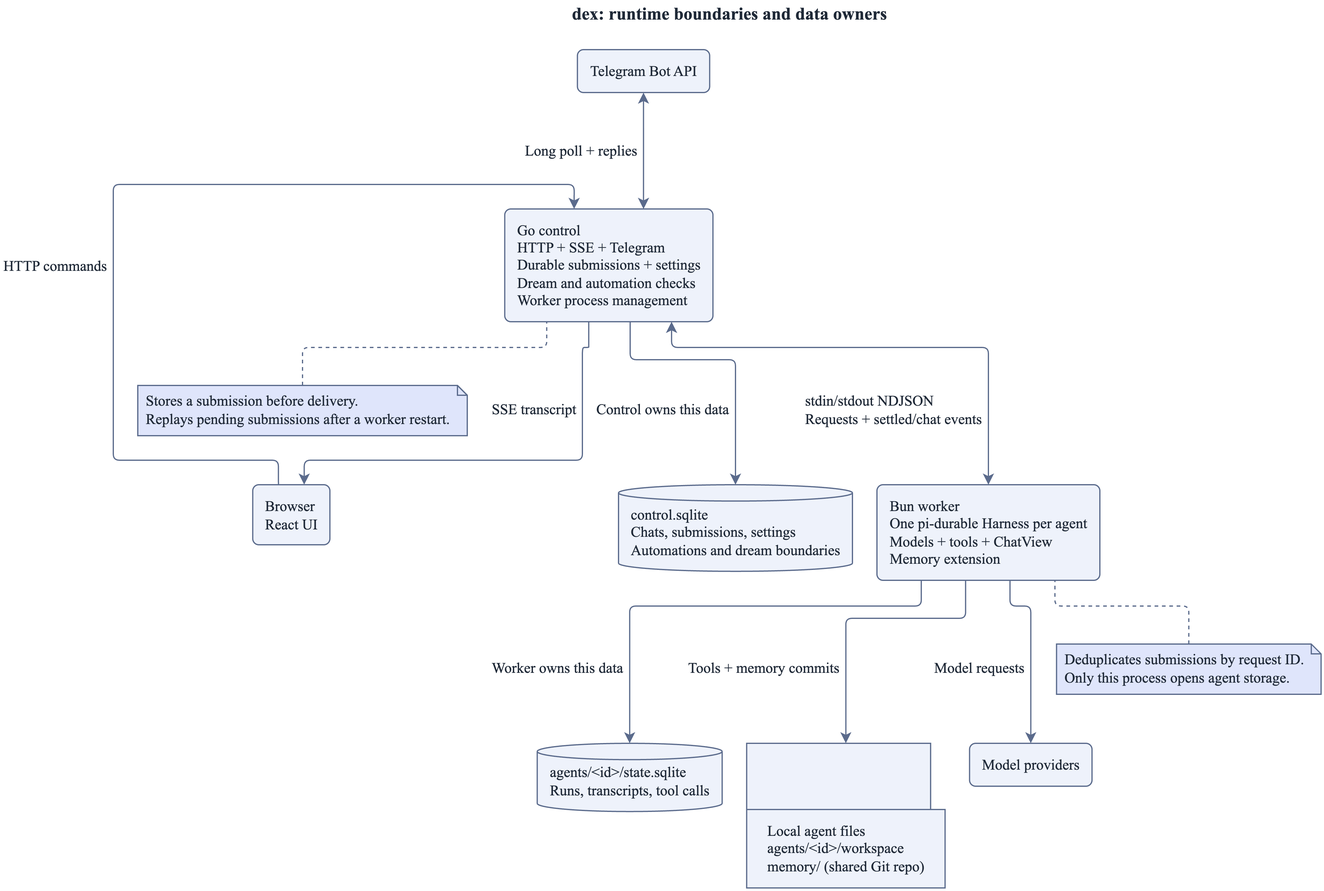
The PlantUML diagram assets/architecture.png in recally-io/dex, before a commit. Its source is kept beside it as assets/src/architecture.puml. Its diagram source:
```plantuml
@startuml
skinparam RectangleBackgroundColor #eef2fb
skinparam RectangleBorderColor #5b6b8c
skinparam RectangleFontColor #1f2937
skinparam ComponentBackgroundColor #eef2fb
skinparam ComponentBorderColor #5b6b8c
skinparam ComponentFontColor #1f2937
skinparam ClassBackgroundColor #eef2fb
skinparam ClassBorderColor #5b6b8c
skinparam ClassFontColor #1f2937
skinparam UsecaseBackgroundColor #eef2fb
skinparam UsecaseBorderColor #5b6b8c
skinparam UsecaseFontColor #1f2937
skinparam DatabaseBackgroundColor #eef2fb
skinparam DatabaseBorderColor #5b6b8c
skinparam DatabaseFontColor #1f2937
skinparam NodeBackgroundColor #eef2fb
skinparam NodeBorderColor #5b6b8c
skinparam NodeFontColor #1f2937
skinparam ActorBackgroundColor #eef2fb
skinparam ActorBorderColor #5b6b8c
skinparam ActorFontColor #1f2937
skinparam StateBackgroundColor #eef2fb
skinparam StateBorderColor #5b6b8c
skinparam StateFontColor #1f2937
skinparam ArtifactBackgroundColor #eef2fb
skinparam ArtifactBorderColor #5b6b8c
skinparam ArtifactFontColor #1f2937
skinparam CloudBackgroundColor #eef2fb
skinparam CloudBorderColor #5b6b8c
skinparam CloudFontColor #1f2937
skinparam FolderBackgroundColor #eef2fb
skinparam FolderBorderColor #5b6b8c
skinparam FolderFontColor #1f2937
skinparam PackageBackgroundColor #eef2fb
skinparam PackageBorderColor #5b6b8c
skinparam DefaultFontColor #1f2937
skinparam ArrowColor #5b6b8c
skinparam ArrowFontColor #1f2937
skinparam NoteBackgroundColor #dfe5fb
skinparam NoteBorderColor #5b6b8c
skinparam NoteFontColor #1f2937
skinparam stereotypeABackgroundColor #d9e3f4
skinparam stereotypeABorderColor #5b6b8c
skinparam stereotypeCBackgroundColor #d9e3f4
skinparam stereotypeCBorderColor #5b6b8c
skinparam stereotypeEBackgroundColor #d9e3f4
skinparam stereotypeEBorderColor #5b6b8c
skinparam stereotypeIBackgroundColor #d9e3f4
skinparam stereotypeIBorderColor #5b6b8c
skinparam BackgroundColor #ffffff
title dex: runtime boundaries and data owners
top to bottom direction
rectangle "Browser
React UI" as browser
rectangle "Telegram Bot API" as telegram
rectangle "Go control
HTTP + SSE + Telegram
Durable submissions + settings
Dream and automation checks
Worker process management" as control
rectangle "Bun worker
One pi-durable Harness per agent
Models + tools + ChatView
Memory extension" as worker
database "control.sqlite
Chats, submissions, settings
Automations and dream boundaries" as cdb
database "agents/<id>/state.sqlite
Runs, transcripts, tool calls" as adb
folder "Local agent files
agents/<id>/workspace
memory/ (shared Git repo)" as files
rectangle "Model providers" as models
browser --> control : HTTP commands
control --> browser : SSE transcript
telegram <--> control : Long poll + replies
control --> cdb : Control owns this data
control <--> worker : stdin/stdout NDJSON\nRequests + settled/chat events
worker --> adb : Worker owns this data
worker --> files : Tools + memory commits
worker --> models : Model requests
note bottom of control
  Stores a submission before delivery.
  Replays pending submissions after a worker restart.
end note
note bottom of worker
  Deduplicates submissions by request ID.
  Only this process opens agent storage.
end note
@enduml
```
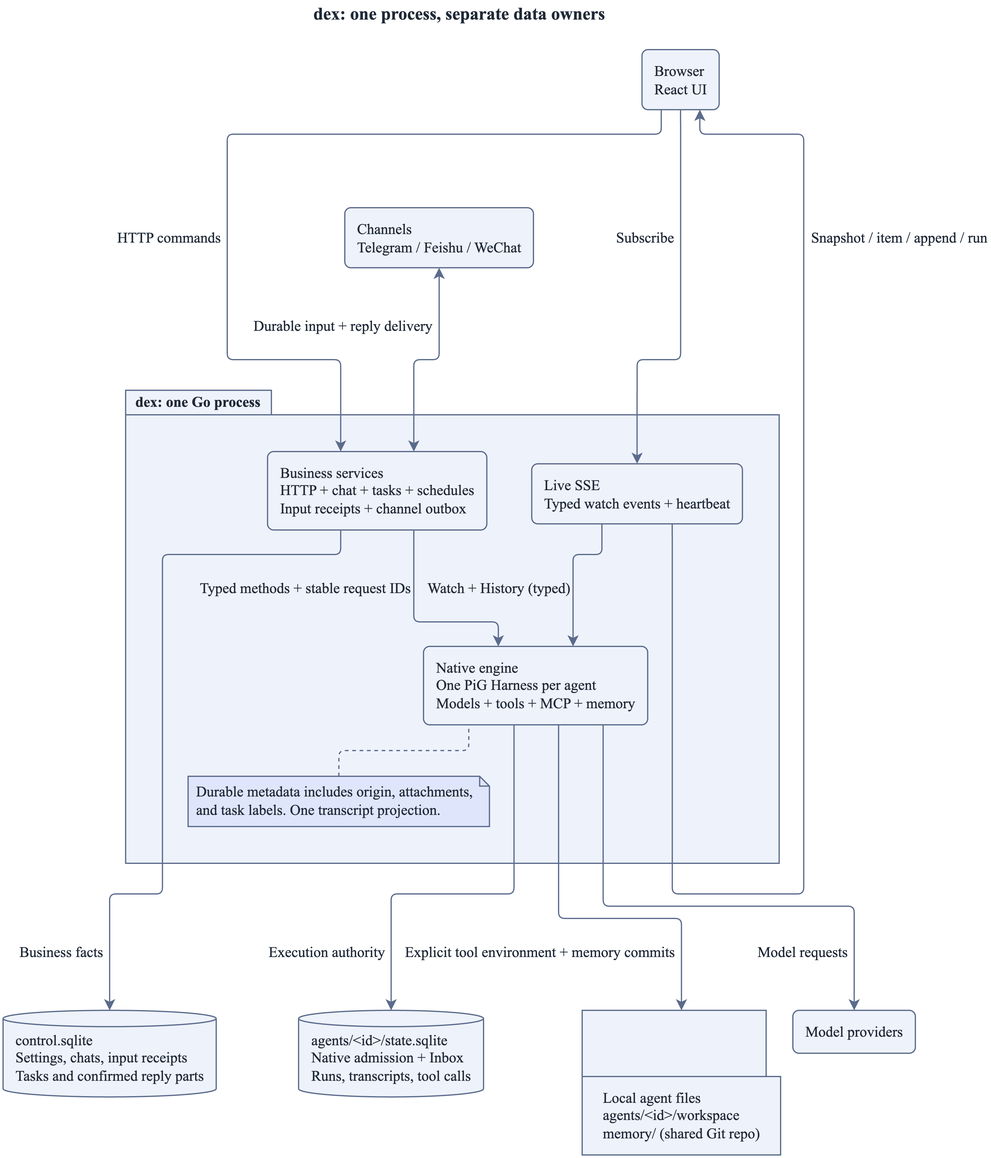
Later version of the same file.

What changed in the source:
```diff
@@ -49,43 +49,44 @@
 skinparam stereotypeIBackgroundColor #d9e3f4
 skinparam stereotypeIBorderColor #5b6b8c
 skinparam BackgroundColor #ffffff
-title dex: runtime boundaries and data owners
+title dex: one process, separate data owners
 top to bottom direction
 rectangle "Browser
 React UI" as browser
-rectangle "Telegram Bot API" as telegram
-rectangle "Go control
-HTTP + SSE + Telegram
-Durable submissions + settings
-Dream and automation checks
-Worker process management" as control
-rectangle "Bun worker
-One pi-durable Harness per agent
-Models + tools + ChatView
-Memory extension" as worker
+rectangle "Channels
+Telegram / Feishu / WeChat" as channels
+package "dex: one Go process" as runtime {
+  rectangle "Business services
+HTTP + chat + tasks + schedules
+Input receipts + channel outbox" as business
+  rectangle "Native engine
+One PiG Harness per agent
+Models + tools + MCP + memory" as engine
+  rectangle "Live SSE
+Typed watch events + heartbeat" as live
+}
 database "control.sqlite
-Chats, submissions, settings
-Automations and dream boundaries" as cdb
+Settings, chats, input receipts
+Tasks and confirmed reply parts" as cdb
 database "agents/<id>/state.sqlite
+Native admission + Inbox
 Runs, transcripts, tool calls" as adb
 folder "Local agent files
 agents/<id>/workspace
 memory/ (shared Git repo)" as files
 rectangle "Model providers" as models
-browser --> control : HTTP commands
-control --> browser : SSE transcript
-telegram <--> control : Long poll + replies
-control --> cdb : Control owns this data
-control <--> worker : stdin/stdout NDJSON\nRequests + settled/chat events
-worker --> adb : Worker owns this data
-worker --> files : Tools + memory commits
-worker --> models : Model requests
-note bottom of control
-  Stores a submission before delivery.
-  Replays pending submissions after a worker restart.
-end note
-note bottom of worker
-  Deduplicates submissions by request ID.
-  Only this process opens agent storage.
+browser --> business : HTTP commands
+channels <--> business : Durable input + reply delivery
+business --> cdb : Business facts
+business --> engine : Typed methods + stable request IDs
+engine --> adb : Execution authority
+engine --> files : Explicit tool environment + memory commits
+engine --> models : Model requests
+browser --> live : Subscribe
+live --> engine : Watch + History (typed)
+live --> browser : Snapshot / item / append / run
+note bottom of engine
+  Durable metadata includes origin, attachments,
+  and task labels. One transcript projection.
 end note
 @enduml
```
